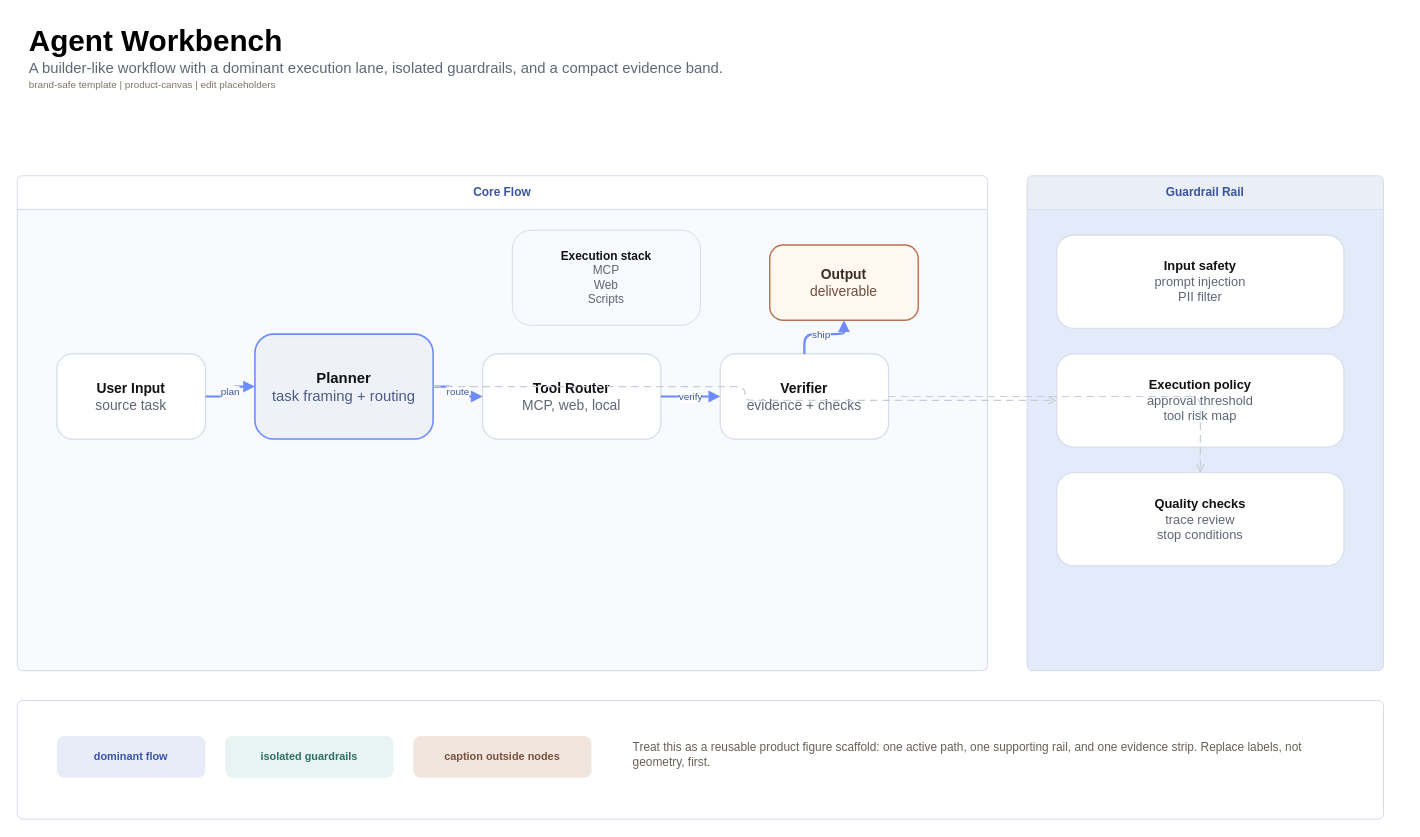
Above: page "Product Canvas Template" (1 of 2) of assets/drawio-skill-template-pack.drawio in gigio1023/drawio-agent-skill (draw.io), before the change. Source tidied: cells renumbered, new cells numbered last; positions are measured from the earlier drawing's top-left corner, leaving out a move shared by most shapes. Both pictures are drawn from the tidied source at 99%, with x=0, y=0 at pixel (17, 17).
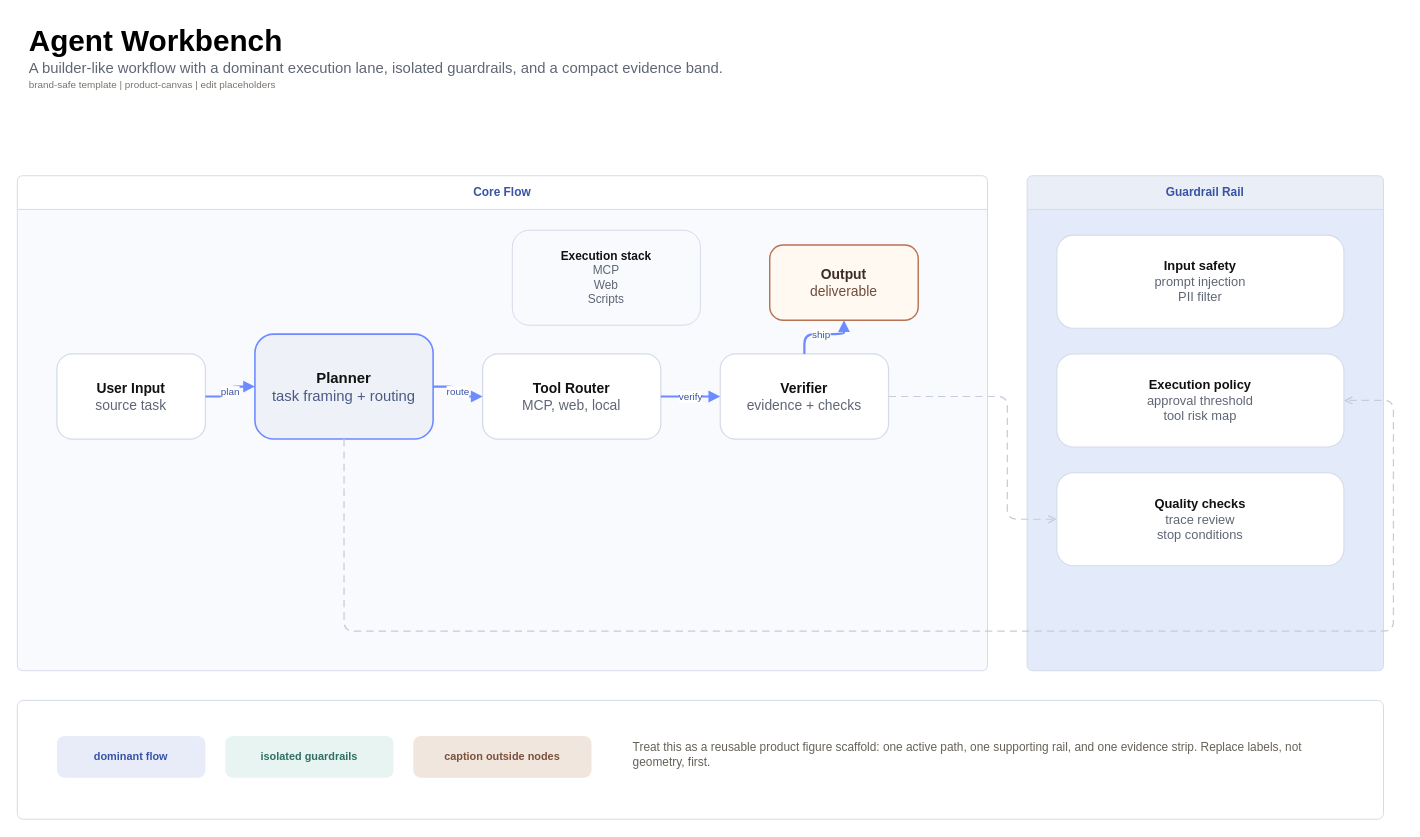
The same page after the edit.

Unchanged cells that the change refers to:
```xml
<mxCell id="3" value="Core Flow" style="swimlane;startSize=34;rounded=1;absoluteArcSize=1;arcSize=12;html=1;whiteSpace=wrap;spacing=10;fillColor=#FFFFFF;strokeColor=#D5DBE8;swimlaneFillColor=#F8FAFD;fontColor=#3853A4;fontStyle=1;" parent="1" vertex="1">
  <mxGeometry y="160" width="980" height="500" as="geometry" />
</mxCell>
<object id="7" label="&lt;b&gt;%node%&lt;/b&gt;&lt;br&gt;&lt;font style=&quot;color:#4C5A83&quot;&gt;%sub%&lt;/font&gt;" node="Planner" placeholders="1" sub="task framing + routing">
  <mxCell style="rounded=1;whiteSpace=wrap;html=1;fillColor=#EEF2F8;strokeColor=#6E8BFF;strokeWidth=1.6;fontColor=#111111;fontSize=15;spacing=12;arcSize=18;" parent="3" vertex="1">
    <mxGeometry x="240" y="160" width="180" height="106" as="geometry" />
  </mxCell>
</object>
<object id="9" label="&lt;b&gt;%node%&lt;/b&gt;&lt;br&gt;&lt;font style=&quot;color:#5F6675&quot;&gt;%sub%&lt;/font&gt;" node="Verifier" placeholders="1" sub="evidence + checks">
  <mxCell style="rounded=1;whiteSpace=wrap;html=1;fillColor=#FFFFFF;strokeColor=#D5DBE8;strokeWidth=1.25;fontColor=#111111;fontSize=14;spacing=12;arcSize=18;" parent="3" vertex="1">
    <mxGeometry x="710" y="180" width="170" height="86" as="geometry" />
  </mxCell>
</object>
<object id="13" label="&lt;b&gt;%title%&lt;/b&gt;&lt;br&gt;&lt;font style=&quot;color:#5F6675&quot;&gt;%body%&lt;/font&gt;" body="approval threshold&lt;br&gt;tool risk map" placeholders="1" title="Execution policy">
  <mxCell style="rounded=1;whiteSpace=wrap;html=1;fillColor=#FFFFFF;strokeColor=#D5DBE8;strokeWidth=1.1;fontColor=#111111;fontSize=13;spacing=12;arcSize=18;" parent="4" vertex="1">
    <mxGeometry x="30" y="180" width="290" height="94" as="geometry" />
  </mxCell>
</object>
<object id="14" label="&lt;b&gt;%title%&lt;/b&gt;&lt;br&gt;&lt;font style=&quot;color:#5F6675&quot;&gt;%body%&lt;/font&gt;" body="trace review&lt;br&gt;stop conditions" placeholders="1" title="Quality checks">
  <mxCell style="rounded=1;whiteSpace=wrap;html=1;fillColor=#FFFFFF;strokeColor=#D5DBE8;strokeWidth=1.1;fontColor=#111111;fontSize=13;spacing=12;arcSize=18;" parent="4" vertex="1">
    <mxGeometry x="30" y="300" width="290" height="94" as="geometry" />
  </mxCell>
</object>
```

Change to the diagram source:
```diff
@@
     <object id="11" label="&lt;b&gt;%title%&lt;/b&gt;&lt;br&gt;&lt;font style=&quot;color:#5F6675&quot;&gt;%items%&lt;/font&gt;" items="MCP&lt;br&gt;Web&lt;br&gt;Scripts" placeholders="1" title="Execution stack">
-      <mxCell style="rounded=1;whiteSpace=wrap;html=1;fillColor=#F8FAFD;strokeColor=#D5DBE8;strokeWidth=1;fontColor=#111111;fontSize=12;spacing=10;arcSize=20;" parent="3" vertex="1">
+      <mxCell style="rounded=1;whiteSpace=wrap;html=1;fillColor=#F8FAFD;strokeColor=#D5DBE8;strokeWidth=1;fontColor=#111111;fontSize=12;spacing=10;arcSize=18;" parent="3" vertex="1">
         <mxGeometry x="500" y="55" width="190" height="96" as="geometry" />
       </mxCell>
     </object>
@@
-    <mxCell id="23" style="edgeStyle=orthogonalEdgeStyle;rounded=1;jettySize=auto;html=1;strokeColor=#C5CCDA;strokeWidth=1.25;dashed=1;dashPattern=6 4;endArrow=open;endFill=0;" parent="1" edge="1" source="7" target="13">
-      <mxGeometry relative="1" as="geometry" />
+    <mxCell id="23" style="edgeStyle=orthogonalEdgeStyle;rounded=1;jettySize=auto;html=1;strokeColor=#C5CCDA;strokeWidth=1.25;dashed=1;dashPattern=6 4;endArrow=open;endFill=0;exitX=0.5;exitY=1;entryX=1;entryY=0.5;" parent="1" edge="1" source="7" target="13">
+      <mxGeometry relative="1" as="geometry">
+        <Array as="points">
+          <mxPoint x="330" y="620" />
+          <mxPoint x="1390" y="620" />
+          <mxPoint x="1390" y="387" />
+        </Array>
+      </mxGeometry>
     </mxCell>
-    <mxCell id="24" style="edgeStyle=orthogonalEdgeStyle;rounded=1;jettySize=auto;html=1;strokeColor=#C5CCDA;strokeWidth=1.25;dashed=1;dashPattern=6 4;endArrow=open;endFill=0;" parent="1" edge="1" source="9" target="14">
-      <mxGeometry relative="1" as="geometry" />
+    <mxCell id="24" style="edgeStyle=orthogonalEdgeStyle;rounded=1;jettySize=auto;html=1;strokeColor=#C5CCDA;strokeWidth=1.25;dashed=1;dashPattern=6 4;endArrow=open;endFill=0;exitX=1;exitY=0.5;entryX=0;entryY=0.5;" parent="1" edge="1" source="9" target="14">
+      <mxGeometry relative="1" as="geometry">
+        <Array as="points">
+          <mxPoint x="1000" y="383" />
+          <mxPoint x="1000" y="507" />
+        </Array>
+      </mxGeometry>
     </mxCell>
```
